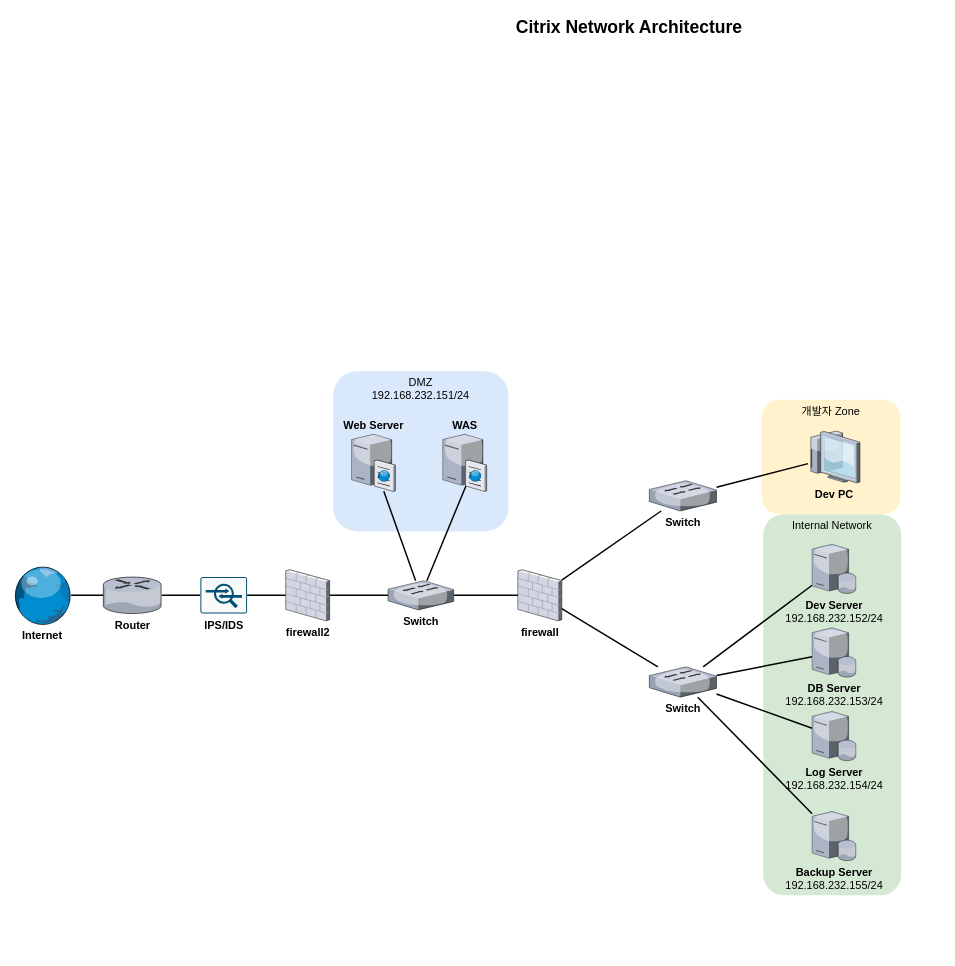
Above: 제목 없는 다이어그램.drawio in LILILI11/Diagram (draw.io), before the change. Source tidied: cells renumbered, new cells numbered last; positions are measured from the earlier drawing's top-left corner, leaving out a move shared by most shapes. Both pictures are drawn from the tidied source at 73%, with x=0, y=0 at pixel (12, 12).
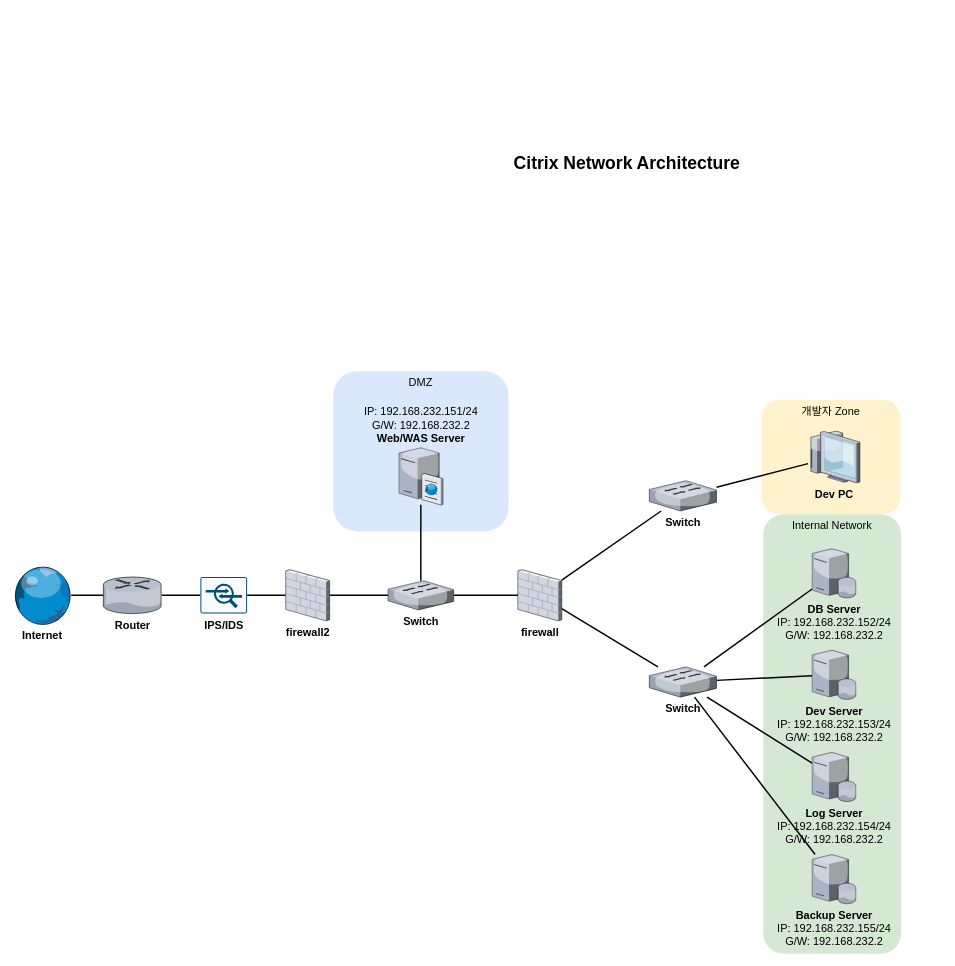
After the change.

Commit message:
제목 없는 다이어그램.drawio 업데이트

The change refers to these unchanged cells:
```xml
<mxCell id="27" value="Switch" style="verticalLabelPosition=bottom;sketch=0;html=1;verticalAlign=top;strokeColor=none;align=center;outlineConnect=0;shape=mxgraph.citrix.switch;fontSize=15;fontStyle=1;" parent="1" vertex="1">
  <mxGeometry x="514" y="778" width="90" height="40" as="geometry" />
</mxCell>
```

What changed in the source:
```diff
@@
-    <mxCell id="3" value="DMZ &lt;br&gt;192.168.232.151/24" style="whiteSpace=wrap;html=1;fillColor=#dae8fc;strokeColor=none;labelPosition=center;verticalLabelPosition=middle;align=center;verticalAlign=top;rounded=1;fontSize=15;fontStyle=0;" parent="1" vertex="1">
+    <mxCell id="3" value="DMZ&lt;br&gt;" style="whiteSpace=wrap;html=1;fillColor=#dae8fc;strokeColor=none;labelPosition=center;verticalLabelPosition=middle;align=center;verticalAlign=top;rounded=1;fontSize=15;fontStyle=0;" parent="1" vertex="1">
       <mxGeometry x="439" y="491" width="240" height="219.5" as="geometry" />
     </mxCell>
     <mxCell id="4" value="Internal Network" style="whiteSpace=wrap;html=1;fillColor=#d5e8d4;fontSize=15;strokeColor=none;verticalAlign=top;rounded=1;" parent="1" vertex="1">
-      <mxGeometry x="1028" y="687" width="189" height="522" as="geometry" />
+      <mxGeometry x="1028" y="687" width="189" height="602" as="geometry" />
     </mxCell>
-    <mxCell id="5" value="Web Server" style="verticalLabelPosition=top;html=1;verticalAlign=bottom;strokeColor=none;shape=mxgraph.citrix.cache_server;fillColor=#66B2FF;gradientColor=#0066CC;fontSize=15;labelPosition=center;align=center;fontStyle=1;" parent="1" vertex="1">
-      <mxGeometry x="464" y="575.5" width="60" height="80" as="geometry" />
+    <mxCell id="5" value="&lt;br&gt;&lt;span style=&quot;font-weight: normal;&quot;&gt;IP: 192.168.232.151/24&lt;/span&gt;&lt;br style=&quot;border-color: var(--border-color); font-weight: 400;&quot;&gt;&lt;span style=&quot;font-weight: normal;&quot;&gt;G/W: 192.168.232.2&lt;/span&gt;&lt;br&gt;Web/WAS Server&lt;span style=&quot;font-weight: 400;&quot;&gt;&lt;br&gt;&lt;/span&gt;" style="verticalLabelPosition=top;html=1;verticalAlign=bottom;strokeColor=none;shape=mxgraph.citrix.cache_server;fillColor=#66B2FF;gradientColor=#0066CC;fontSize=15;labelPosition=center;align=center;fontStyle=1;" parent="1" vertex="1">
+      <mxGeometry x="529" y="594" width="60" height="80" as="geometry" />
     </mxCell>
     <mxCell id="6" value="Citrix Network Architecture" style="text;strokeColor=none;fillColor=none;html=1;fontSize=24;fontStyle=1;verticalAlign=middle;align=center;" parent="1" vertex="1">
-      <mxGeometry x="413" width="861" height="40" as="geometry" />
+      <mxGeometry x="410" y="186" width="861" height="40" as="geometry" />
     </mxCell>
@@
-    <mxCell id="12" value="&lt;font style=&quot;font-size: 15px;&quot;&gt;DB Server&lt;br&gt;&lt;span style=&quot;font-weight: normal;&quot;&gt;192.168.232.153/24&lt;/span&gt;&lt;br&gt;&lt;/font&gt;" style="verticalLabelPosition=bottom;sketch=0;html=1;verticalAlign=top;strokeColor=none;align=center;outlineConnect=0;shape=mxgraph.citrix.database_server;fontSize=15;fontStyle=1;" parent="1" vertex="1">
-      <mxGeometry x="1095" y="842.5" width="60" height="67.5" as="geometry" />
+    <mxCell id="12" value="&lt;font style=&quot;font-size: 15px;&quot;&gt;DB Server&lt;br&gt;&lt;span style=&quot;font-weight: normal;&quot;&gt;IP: 192.168.232.152/24&lt;/span&gt;&lt;br style=&quot;border-color: var(--border-color);&quot;&gt;&lt;span style=&quot;font-weight: normal;&quot;&gt;G/W: 192.168.232.2&lt;/span&gt;&lt;br&gt;&lt;/font&gt;" style="verticalLabelPosition=bottom;sketch=0;html=1;verticalAlign=top;strokeColor=none;align=center;outlineConnect=0;shape=mxgraph.citrix.database_server;fontSize=15;fontStyle=1;" parent="1" vertex="1">
+      <mxGeometry x="1095" y="734" width="60" height="67.5" as="geometry" />
     </mxCell>
@@
-    <mxCell id="14" value="&lt;font style=&quot;font-size: 15px;&quot;&gt;Dev Server&lt;br&gt;&lt;span style=&quot;font-weight: normal;&quot;&gt;192.168.232.152/24&lt;/span&gt;&lt;br&gt;&lt;/font&gt;" style="verticalLabelPosition=bottom;sketch=0;html=1;verticalAlign=top;strokeColor=none;align=center;outlineConnect=0;shape=mxgraph.citrix.database_server;fontSize=15;fontStyle=1;" parent="1" vertex="1">
-      <mxGeometry x="1095" y="728" width="60" height="67.5" as="geometry" />
+    <mxCell id="14" value="&lt;font style=&quot;font-size: 15px;&quot;&gt;Dev Server&lt;br&gt;&lt;span style=&quot;font-weight: normal;&quot;&gt;IP: 192.168.232.153/24&lt;/span&gt;&lt;br style=&quot;border-color: var(--border-color); font-weight: 400;&quot;&gt;&lt;span style=&quot;font-weight: 400;&quot;&gt;G/W: 192.168.232.2&lt;/span&gt;&lt;br&gt;&lt;/font&gt;" style="verticalLabelPosition=bottom;sketch=0;html=1;verticalAlign=top;strokeColor=none;align=center;outlineConnect=0;shape=mxgraph.citrix.database_server;fontSize=15;fontStyle=1;" parent="1" vertex="1">
+      <mxGeometry x="1095" y="873" width="60" height="67.5" as="geometry" />
     </mxCell>
@@
-    <mxCell id="16" value="&lt;font style=&quot;font-size: 15px;&quot;&gt;Backup Server&lt;br&gt;&lt;span style=&quot;font-weight: normal;&quot;&gt;192.168.232.155/24&lt;/span&gt;&lt;br&gt;&lt;/font&gt;" style="verticalLabelPosition=bottom;sketch=0;html=1;verticalAlign=top;strokeColor=none;align=center;outlineConnect=0;shape=mxgraph.citrix.database_server;fontSize=15;fontStyle=1;" parent="1" vertex="1">
-      <mxGeometry x="1095" y="1094" width="60" height="67.5" as="geometry" />
+    <mxCell id="16" value="&lt;font style=&quot;font-size: 15px;&quot;&gt;Backup Server&lt;br&gt;&lt;span style=&quot;font-weight: normal;&quot;&gt;IP: 192.168.232.155/24&lt;/span&gt;&lt;br style=&quot;border-color: var(--border-color); font-weight: 400;&quot;&gt;&lt;span style=&quot;font-weight: 400;&quot;&gt;G/W: 192.168.232.2&lt;/span&gt;&lt;br&gt;&lt;/font&gt;" style="verticalLabelPosition=bottom;sketch=0;html=1;verticalAlign=top;strokeColor=none;align=center;outlineConnect=0;shape=mxgraph.citrix.database_server;fontSize=15;fontStyle=1;" parent="1" vertex="1">
+      <mxGeometry x="1095" y="1153" width="60" height="67.5" as="geometry" />
     </mxCell>
@@
-    <mxCell id="18" value="&lt;font style=&quot;font-size: 15px;&quot;&gt;Log Server&lt;br&gt;&lt;span style=&quot;font-weight: normal;&quot;&gt;192.168.232.154/24&lt;/span&gt;&lt;br&gt;&lt;/font&gt;" style="verticalLabelPosition=bottom;sketch=0;html=1;verticalAlign=top;strokeColor=none;align=center;outlineConnect=0;shape=mxgraph.citrix.database_server;fontSize=15;fontStyle=1;" parent="1" vertex="1">
-      <mxGeometry x="1095" y="957" width="60" height="67.5" as="geometry" />
+    <mxCell id="18" value="&lt;font style=&quot;font-size: 15px;&quot;&gt;Log Server&lt;br&gt;&lt;span style=&quot;font-weight: normal;&quot;&gt;IP: 192.168.232.154/24&lt;/span&gt;&lt;br style=&quot;border-color: var(--border-color); font-weight: 400;&quot;&gt;&lt;span style=&quot;font-weight: 400;&quot;&gt;G/W: 192.168.232.2&lt;/span&gt;&lt;br&gt;&lt;/font&gt;" style="verticalLabelPosition=bottom;sketch=0;html=1;verticalAlign=top;strokeColor=none;align=center;outlineConnect=0;shape=mxgraph.citrix.database_server;fontSize=15;fontStyle=1;" parent="1" vertex="1">
+      <mxGeometry x="1095" y="1013" width="60" height="67.5" as="geometry" />
     </mxCell>
@@
-    <mxCell id="26" style="edgeStyle=none;curved=1;rounded=0;jettySize=auto;html=1;entryX=0.562;entryY=0.848;entryDx=0;entryDy=0;entryPerimeter=0;fontSize=12;startSize=8;endSize=8;strokeWidth=2;endArrow=none;endFill=0;" parent="1" edge="1" source="27" target="28">
-      <mxGeometry relative="1" as="geometry" />
-    </mxCell>
@@
-    <mxCell id="28" value="WAS" style="verticalLabelPosition=top;html=1;verticalAlign=bottom;strokeColor=none;shape=mxgraph.citrix.cache_server;fillColor=#66B2FF;gradientColor=#0066CC;fontSize=15;labelPosition=center;align=center;fontStyle=1;" parent="1" vertex="1">
-      <mxGeometry x="589" y="575.5" width="60" height="80" as="geometry" />
-    </mxCell>
```
